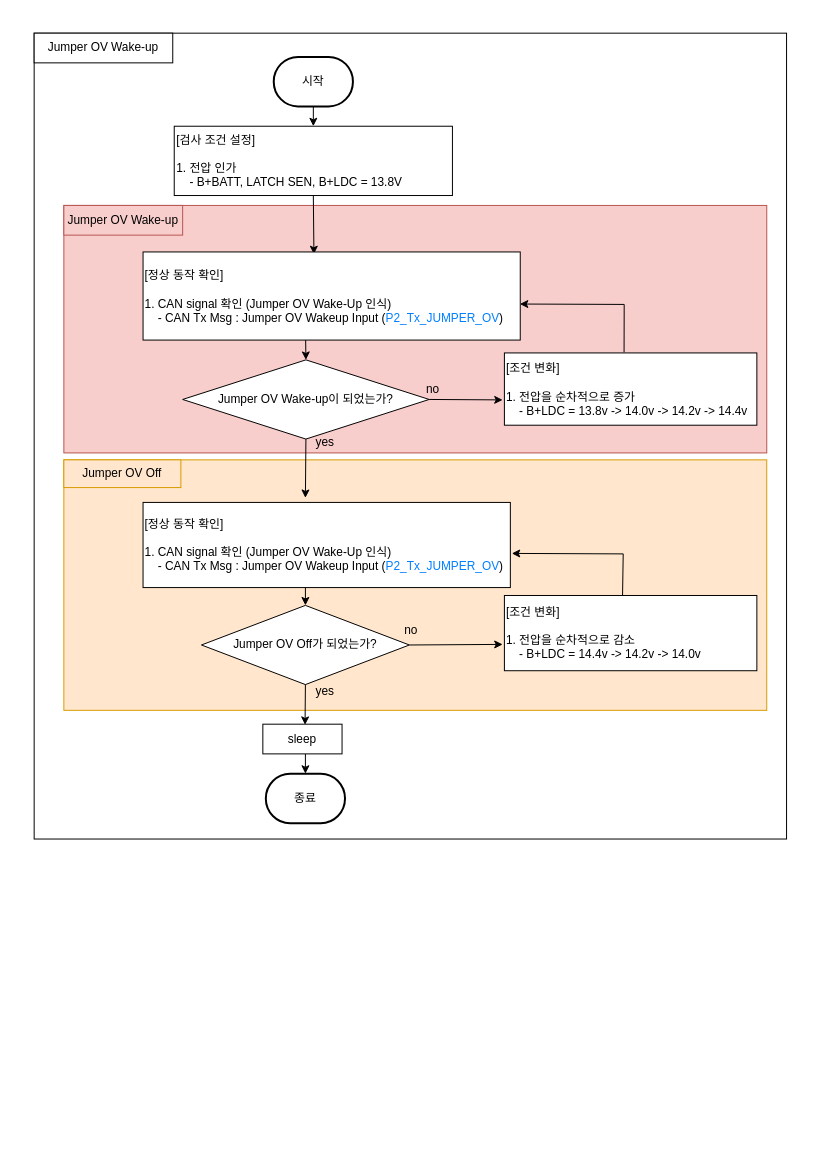
This is jump ov wakeup.drawio from chaeyoonl/state-transition-diagram-test, a draw.io file, before an edit. Source tidied: cells renumbered, new cells numbered last; positions are measured from the earlier drawing's top-left corner, leaving out a move shared by most shapes. Both pictures are drawn from the tidied source at 99%, with x=0, y=0 at pixel (34, 33).
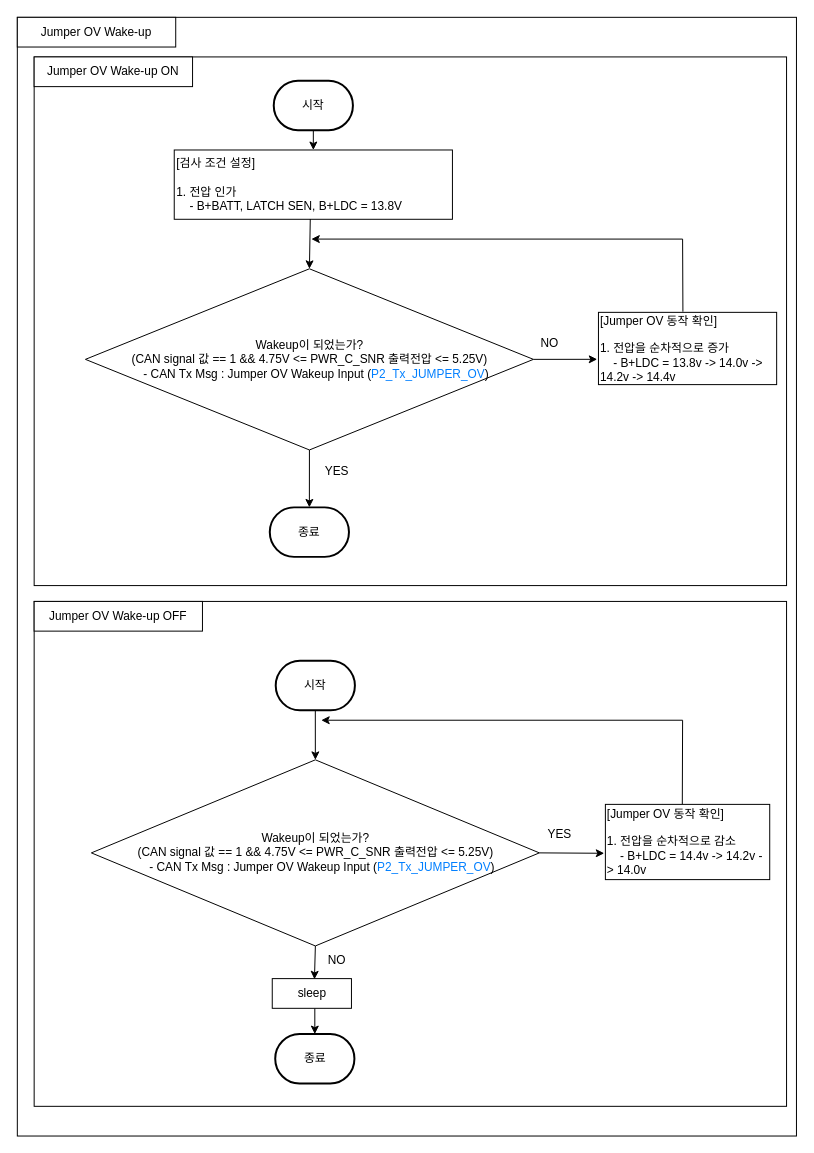
Above is the later version.

What changed in the source:
```diff
@@
+    <mxCell id="33" style="rounded=0;whiteSpace=wrap;html=1;" parent="1" vertex="1">
+      <mxGeometry x="-17" y="-16" width="787" height="1130" as="geometry" />
+    </mxCell>
+    <mxCell id="5" value="Jumper OV Wake-up" style="rounded=0;whiteSpace=wrap;html=1;" parent="1" vertex="1">
+      <mxGeometry x="-17" y="-16" width="160" height="30" as="geometry" />
+    </mxCell>
     <mxCell id="2" style="rounded=0;whiteSpace=wrap;html=1;" parent="1" vertex="1">
-      <mxGeometry width="760" height="814" as="geometry" />
+      <mxGeometry y="24" width="760" height="534" as="geometry" />
     </mxCell>
-    <mxCell id="3" value="Jumper OV Wake-up" style="rounded=0;whiteSpace=wrap;html=1;" parent="1" vertex="1">
-      <mxGeometry width="140" height="30" as="geometry" />
+    <mxCell id="3" value="Jumper OV Wake-up ON" style="rounded=0;whiteSpace=wrap;html=1;" parent="1" vertex="1">
+      <mxGeometry y="24" width="160" height="30" as="geometry" />
     </mxCell>
-    <mxCell id="4" style="rounded=0;whiteSpace=wrap;html=1;fillColor=#f8cecc;strokeColor=#b85450;" parent="1" vertex="1">
-      <mxGeometry x="30" y="174" width="710" height="250" as="geometry" />
-    </mxCell>
-    <mxCell id="5" value="&lt;span style=&quot;color: rgb(0, 0, 0); font-family: Helvetica; font-size: 12px; font-style: normal; font-variant-ligatures: normal; font-variant-caps: normal; font-weight: 400; letter-spacing: normal; orphans: 2; text-align: center; text-indent: 0px; text-transform: none; widows: 2; word-spacing: 0px; -webkit-text-stroke-width: 0px; text-decoration-thickness: initial; text-decoration-style: initial; text-decoration-color: initial; float: none; display: inline !important;&quot;&gt;Jumper OV Wake-up&lt;br&gt;&lt;/span&gt;" style="rounded=0;whiteSpace=wrap;html=1;fillColor=#f8cecc;strokeColor=#b85450;fillStyle=solid;labelBackgroundColor=none;" parent="1" vertex="1">
-      <mxGeometry x="30" y="174" width="120" height="30" as="geometry" />
-    </mxCell>
-    <mxCell id="6" style="rounded=0;whiteSpace=wrap;html=1;fillColor=#ffe6cc;strokeColor=#d79b00;" parent="1" vertex="1">
-      <mxGeometry x="30" y="431" width="710" height="253" as="geometry" />
-    </mxCell>
-    <mxCell id="7" value="&lt;span style=&quot;color: rgb(0, 0, 0); font-family: Helvetica; font-size: 12px; font-style: normal; font-variant-ligatures: normal; font-variant-caps: normal; font-weight: 400; letter-spacing: normal; orphans: 2; text-align: center; text-indent: 0px; text-transform: none; widows: 2; word-spacing: 0px; -webkit-text-stroke-width: 0px; text-decoration-thickness: initial; text-decoration-style: initial; text-decoration-color: initial; float: none; display: inline !important;&quot;&gt;Jumper OV Off&lt;br&gt;&lt;/span&gt;" style="rounded=0;whiteSpace=wrap;html=1;fillColor=#ffe6cc;strokeColor=#d79b00;labelBackgroundColor=none;" parent="1" vertex="1">
-      <mxGeometry x="30" y="431" width="118.2" height="28" as="geometry" />
-    </mxCell>
     <mxCell id="8" value="시작" style="strokeWidth=2;html=1;shape=mxgraph.flowchart.terminator;whiteSpace=wrap;" parent="1" vertex="1">
-      <mxGeometry x="242" y="24" width="80" height="50" as="geometry" />
+      <mxGeometry x="242" y="48" width="80" height="50" as="geometry" />
     </mxCell>
     <mxCell id="9" value="[검사 조건 설정]&lt;br&gt;&lt;br&gt;1. 전압 인가&lt;br&gt;&amp;nbsp; &amp;nbsp; - B+BATT, LATCH SEN, B+LDC = 13.8V" style="rounded=0;whiteSpace=wrap;html=1;align=left;" parent="1" vertex="1">
-      <mxGeometry x="141.5" y="94" width="281" height="70" as="geometry" />
+      <mxGeometry x="141.5" y="118" width="281" height="70" as="geometry" />
     </mxCell>
-    <mxCell id="10" value="Jumper OV Wake-up이 되었는가?" style="rhombus;whiteSpace=wrap;html=1;" parent="1" vertex="1">
-      <mxGeometry x="150" y="330" width="249" height="80" as="geometry" />
+    <mxCell id="10" value="Wakeup이 되었는가?&lt;br&gt;(CAN signal 값 == 1 &amp;amp;&amp;amp; 4.75V &amp;lt;= PWR_C_SNR 출력전압 &amp;lt;= 5.25V)&lt;br&gt;&amp;nbsp; &amp;nbsp; - CAN Tx Msg :&amp;nbsp;Jumper OV Wakeup&amp;nbsp;Input&amp;nbsp;(&lt;font style=&quot;border-color: var(--border-color); text-align: left;&quot; color=&quot;#007fff&quot;&gt;P2_Tx_JUMPER_OV&lt;/font&gt;&lt;span style=&quot;text-align: left;&quot;&gt;)&lt;/span&gt;" style="rhombus;whiteSpace=wrap;html=1;" parent="1" vertex="1">
+      <mxGeometry x="51.8" y="238" width="452.5" height="183" as="geometry" />
     </mxCell>
-    <mxCell id="11" style="endArrow=classic;html=1;rounded=0;exitX=0.5;exitY=1;exitDx=0;exitDy=0;entryX=0.5;entryY=0;entryDx=0;entryDy=0;" parent="1" edge="1" target="10">
-      <mxGeometry relative="1" as="geometry">
-        <mxPoint x="274" y="290" as="sourcePoint" />
-      </mxGeometry>
-    </mxCell>
@@
-    <mxCell id="13" value="[조건 변화]&lt;br&gt;&lt;br&gt;1. 전압을 순차적으로 증가&lt;br&gt;&amp;nbsp; &amp;nbsp; - B+LDC = 13.8v -&amp;gt; 14.0v -&amp;gt; 14.2v -&amp;gt; 14.4v" style="rounded=0;whiteSpace=wrap;html=1;align=left;" parent="1" vertex="1">
-      <mxGeometry x="475" y="323" width="255" height="73" as="geometry" />
+    <mxCell id="13" value="[Jumper OV 동작 확인]&lt;br&gt;&lt;br&gt;1. 전압을 순차적으로 증가&lt;br&gt;&amp;nbsp; &amp;nbsp; - B+LDC = 13.8v -&amp;gt; 14.0v -&amp;gt; 14.2v -&amp;gt; 14.4v" style="rounded=0;whiteSpace=wrap;html=1;align=left;" parent="1" vertex="1">
+      <mxGeometry x="570" y="282" width="180" height="73" as="geometry" />
     </mxCell>
@@
-    <mxCell id="15" style="endArrow=classic;html=1;rounded=0;exitX=0.5;exitY=1;exitDx=0;exitDy=0;entryX=0.442;entryY=-0.053;entryDx=0;entryDy=0;entryPerimeter=0;" parent="1" edge="1" source="10" target="32">
-      <mxGeometry relative="1" as="geometry" />
-    </mxCell>
-    <mxCell id="16" value="yes" style="text;html=1;strokeColor=none;fillColor=none;align=center;verticalAlign=middle;whiteSpace=wrap;rounded=0;" parent="1" vertex="1">
-      <mxGeometry x="264" y="398" width="60" height="30" as="geometry" />
+    <mxCell id="16" value="YES" style="text;html=1;strokeColor=none;fillColor=none;align=center;verticalAlign=middle;whiteSpace=wrap;rounded=0;" parent="1" vertex="1">
+      <mxGeometry x="275.5" y="428" width="60" height="30" as="geometry" />
     </mxCell>
-    <mxCell id="17" value="no" style="text;html=1;strokeColor=none;fillColor=none;align=center;verticalAlign=middle;whiteSpace=wrap;rounded=0;" parent="1" vertex="1">
-      <mxGeometry x="373" y="345" width="60" height="30" as="geometry" />
+    <mxCell id="17" value="NO" style="text;html=1;strokeColor=none;fillColor=none;align=center;verticalAlign=middle;whiteSpace=wrap;rounded=0;" parent="1" vertex="1">
+      <mxGeometry x="491" y="298" width="60" height="30" as="geometry" />
     </mxCell>
-    <mxCell id="18" style="endArrow=classic;html=1;rounded=0;exitX=0.474;exitY=-0.009;exitDx=0;exitDy=0;entryX=0.999;entryY=0.591;entryDx=0;entryDy=0;entryPerimeter=0;exitPerimeter=0;" parent="1" edge="1" source="13" target="20">
+    <mxCell id="18" style="endArrow=classic;html=1;rounded=0;exitX=0.474;exitY=-0.009;exitDx=0;exitDy=0;exitPerimeter=0;" parent="1" edge="1" source="13">
       <mxGeometry relative="1" as="geometry">
+        <mxPoint x="280" y="208" as="targetPoint" />
         <Array as="points">
-          <mxPoint x="596" y="274" />
+          <mxPoint x="655" y="208" />
         </Array>
       </mxGeometry>
     </mxCell>
-    <mxCell id="19" style="endArrow=classic;html=1;rounded=0;exitX=0.5;exitY=1;exitDx=0;exitDy=0;entryX=0.453;entryY=0.025;entryDx=0;entryDy=0;entryPerimeter=0;" parent="1" edge="1" source="9" target="20">
+    <mxCell id="19" style="endArrow=classic;html=1;rounded=0;exitX=0.489;exitY=0.996;exitDx=0;exitDy=0;entryX=0.5;entryY=0;entryDx=0;entryDy=0;exitPerimeter=0;" parent="1" edge="1" source="9" target="10">
       <mxGeometry relative="1" as="geometry" />
     </mxCell>
-    <mxCell id="20" value="[정상 동작 확인]&lt;br&gt;&lt;br&gt;1. CAN signal 확인 (Jumper OV Wake-Up&amp;nbsp;인식)&lt;br&gt;&amp;nbsp; &amp;nbsp; - CAN Tx Msg :&amp;nbsp;Jumper OV Wakeup&amp;nbsp;Input&amp;nbsp;(&lt;font color=&quot;#007fff&quot;&gt;P2_Tx_JUMPER_OV&lt;/font&gt;)" style="rounded=0;whiteSpace=wrap;html=1;align=left;" parent="1" vertex="1">
-      <mxGeometry x="110" y="221" width="381" height="89" as="geometry" />
-    </mxCell>
+    <mxCell id="34" style="endArrow=classic;html=1;rounded=0;exitX=0.5;exitY=1;exitDx=0;exitDy=0;entryX=0.5;entryY=0;entryDx=0;entryDy=0;entryPerimeter=0;" parent="1" edge="1" source="10" target="37">
+      <mxGeometry relative="1" as="geometry" />
+    </mxCell>
+    <mxCell id="35" style="rounded=0;whiteSpace=wrap;html=1;" parent="1" vertex="1">
+      <mxGeometry y="574" width="760" height="510" as="geometry" />
+    </mxCell>
+    <mxCell id="36" value="Jumper OV Wake-up OFF" style="rounded=0;whiteSpace=wrap;html=1;" parent="1" vertex="1">
+      <mxGeometry y="574" width="170" height="30" as="geometry" />
+    </mxCell>
+    <mxCell id="15" style="endArrow=classic;html=1;rounded=0;exitX=0.5;exitY=1;exitDx=0;exitDy=0;entryX=0.5;entryY=0;entryDx=0;entryDy=0;exitPerimeter=0;" parent="1" edge="1" source="38" target="39">
+      <mxGeometry relative="1" as="geometry" />
+    </mxCell>
     <mxCell id="21" value="종료" style="strokeWidth=2;html=1;shape=mxgraph.flowchart.terminator;whiteSpace=wrap;" parent="1" vertex="1">
-      <mxGeometry x="234" y="748" width="80" height="50" as="geometry" />
+      <mxGeometry x="243.5" y="1011" width="80" height="50" as="geometry" />
     </mxCell>
-    <mxCell id="22" value="Jumper OV Off가 되었는가?" style="rhombus;whiteSpace=wrap;html=1;" parent="1" vertex="1">
-      <mxGeometry x="169" y="578" width="210" height="80" as="geometry" />
-    </mxCell>
-    <mxCell id="23" style="endArrow=classic;html=1;rounded=0;exitX=0.5;exitY=1;exitDx=0;exitDy=0;entryX=0.5;entryY=0;entryDx=0;entryDy=0;" parent="1" edge="1" target="22">
-      <mxGeometry relative="1" as="geometry">
-        <mxPoint x="274" y="538" as="sourcePoint" />
-      </mxGeometry>
-    </mxCell>
     <mxCell id="24" style="endArrow=classic;html=1;rounded=0;exitX=0.5;exitY=1;exitDx=0;exitDy=0;entryX=0.5;entryY=0;entryDx=0;entryDy=0;entryPerimeter=0;" parent="1" edge="1" target="21">
       <mxGeometry relative="1" as="geometry">
-        <mxPoint x="274" y="728" as="sourcePoint" />
+        <mxPoint x="283.5" y="985" as="sourcePoint" />
       </mxGeometry>
     </mxCell>
-    <mxCell id="25" value="[조건 변화]&lt;br&gt;&lt;br&gt;1. 전압을 순차적으로 감소&lt;br style=&quot;border-color: var(--border-color);&quot;&gt;&amp;nbsp; &amp;nbsp; - B+LDC = 14.4v -&amp;gt; 14.2v -&amp;gt; 14.0v" style="rounded=0;whiteSpace=wrap;html=1;align=left;" parent="1" vertex="1">
-      <mxGeometry x="475" y="568" width="255" height="76" as="geometry" />
+    <mxCell id="25" value="[Jumper OV 동작 확인]&lt;br&gt;&lt;br&gt;1. 전압을 순차적으로 감소&lt;br style=&quot;border-color: var(--border-color);&quot;&gt;&amp;nbsp; &amp;nbsp; - B+LDC = 14.4v -&amp;gt; 14.2v -&amp;gt; 14.0v" style="rounded=0;whiteSpace=wrap;html=1;align=left;" parent="1" vertex="1">
+      <mxGeometry x="577" y="779" width="166" height="76" as="geometry" />
     </mxCell>
-    <mxCell id="26" style="endArrow=classic;html=1;rounded=0;exitX=1;exitY=0.5;exitDx=0;exitDy=0;entryX=-0.007;entryY=0.65;entryDx=0;entryDy=0;entryPerimeter=0;" parent="1" edge="1" source="22" target="25">
+    <mxCell id="26" style="endArrow=classic;html=1;rounded=0;exitX=1;exitY=0.5;exitDx=0;exitDy=0;entryX=-0.007;entryY=0.65;entryDx=0;entryDy=0;entryPerimeter=0;" parent="1" edge="1" source="39" target="25">
       <mxGeometry relative="1" as="geometry" />
     </mxCell>
     <mxCell id="27" value="sleep" style="rounded=0;whiteSpace=wrap;html=1;align=center;" parent="1" vertex="1">
-      <mxGeometry x="231" y="698" width="80" height="30" as="geometry" />
+      <mxGeometry x="240.5" y="955" width="80" height="30" as="geometry" />
     </mxCell>
-    <mxCell id="28" style="endArrow=classic;html=1;rounded=0;exitX=0.5;exitY=1;exitDx=0;exitDy=0;entryX=0.533;entryY=0.022;entryDx=0;entryDy=0;entryPerimeter=0;" parent="1" edge="1" source="22" target="27">
+    <mxCell id="28" style="endArrow=classic;html=1;rounded=0;exitX=0.5;exitY=1;exitDx=0;exitDy=0;entryX=0.533;entryY=0.022;entryDx=0;entryDy=0;entryPerimeter=0;" parent="1" edge="1" source="39" target="27">
       <mxGeometry relative="1" as="geometry" />
     </mxCell>
-    <mxCell id="29" value="yes" style="text;html=1;strokeColor=none;fillColor=none;align=center;verticalAlign=middle;whiteSpace=wrap;rounded=0;" parent="1" vertex="1">
-      <mxGeometry x="264" y="650" width="60" height="30" as="geometry" />
+    <mxCell id="29" value="YES" style="text;html=1;strokeColor=none;fillColor=none;align=center;verticalAlign=middle;whiteSpace=wrap;rounded=0;" parent="1" vertex="1">
+      <mxGeometry x="501" y="794" width="60" height="30" as="geometry" />
     </mxCell>
-    <mxCell id="30" value="no" style="text;html=1;strokeColor=none;fillColor=none;align=center;verticalAlign=middle;whiteSpace=wrap;rounded=0;" parent="1" vertex="1">
-      <mxGeometry x="351" y="588" width="60" height="30" as="geometry" />
+    <mxCell id="30" value="NO" style="text;html=1;strokeColor=none;fillColor=none;align=center;verticalAlign=middle;whiteSpace=wrap;rounded=0;" parent="1" vertex="1">
+      <mxGeometry x="275.5" y="922" width="60" height="30" as="geometry" />
     </mxCell>
-    <mxCell id="31" style="endArrow=classic;html=1;rounded=0;exitX=0.468;exitY=-0.003;exitDx=0;exitDy=0;entryX=1.004;entryY=0.599;entryDx=0;entryDy=0;entryPerimeter=0;exitPerimeter=0;" parent="1" edge="1" source="25" target="32">
+    <mxCell id="31" style="endArrow=classic;html=1;rounded=0;exitX=0.468;exitY=-0.003;exitDx=0;exitDy=0;exitPerimeter=0;" parent="1" edge="1" source="25">
       <mxGeometry relative="1" as="geometry">
+        <mxPoint x="290" y="694" as="targetPoint" />
         <Array as="points">
-          <mxPoint x="595" y="526" />
+          <mxPoint x="655" y="694" />
         </Array>
       </mxGeometry>
     </mxCell>
-    <mxCell id="32" value="[정상 동작 확인]&lt;br&gt;&lt;br&gt;1. CAN signal 확인 (Jumper OV Wake-Up&amp;nbsp;인식)&lt;br style=&quot;border-color: var(--border-color);&quot;&gt;&amp;nbsp; &amp;nbsp; - CAN Tx Msg :&amp;nbsp;Jumper OV Wakeup&amp;nbsp;Input&amp;nbsp;(&lt;font style=&quot;border-color: var(--border-color);&quot; color=&quot;#007fff&quot;&gt;P2_Tx_JUMPER_OV&lt;/font&gt;)" style="rounded=0;whiteSpace=wrap;html=1;align=left;" parent="1" vertex="1">
-      <mxGeometry x="110" y="474" width="371" height="86" as="geometry" />
-    </mxCell>
+    <mxCell id="37" value="종료" style="strokeWidth=2;html=1;shape=mxgraph.flowchart.terminator;whiteSpace=wrap;" parent="1" vertex="1">
+      <mxGeometry x="238" y="479" width="80" height="50" as="geometry" />
+    </mxCell>
+    <mxCell id="38" value="시작" style="strokeWidth=2;html=1;shape=mxgraph.flowchart.terminator;whiteSpace=wrap;" parent="1" vertex="1">
+      <mxGeometry x="244" y="634" width="80" height="50" as="geometry" />
+    </mxCell>
+    <mxCell id="39" value="Wakeup이 되었는가?&lt;br&gt;(CAN signal 값 == 1 &amp;amp;&amp;amp; 4.75V &amp;lt;= PWR_C_SNR 출력전압 &amp;lt;= 5.25V)&lt;br&gt;&amp;nbsp; &amp;nbsp; - CAN Tx Msg :&amp;nbsp;Jumper OV Wakeup&amp;nbsp;Input&amp;nbsp;(&lt;font style=&quot;border-color: var(--border-color); text-align: left;&quot; color=&quot;#007fff&quot;&gt;P2_Tx_JUMPER_OV&lt;/font&gt;&lt;span style=&quot;text-align: left;&quot;&gt;)&lt;/span&gt;" style="rhombus;whiteSpace=wrap;html=1;" parent="1" vertex="1">
+      <mxGeometry x="57.8" y="734" width="452.5" height="188" as="geometry" />
+    </mxCell>
```
